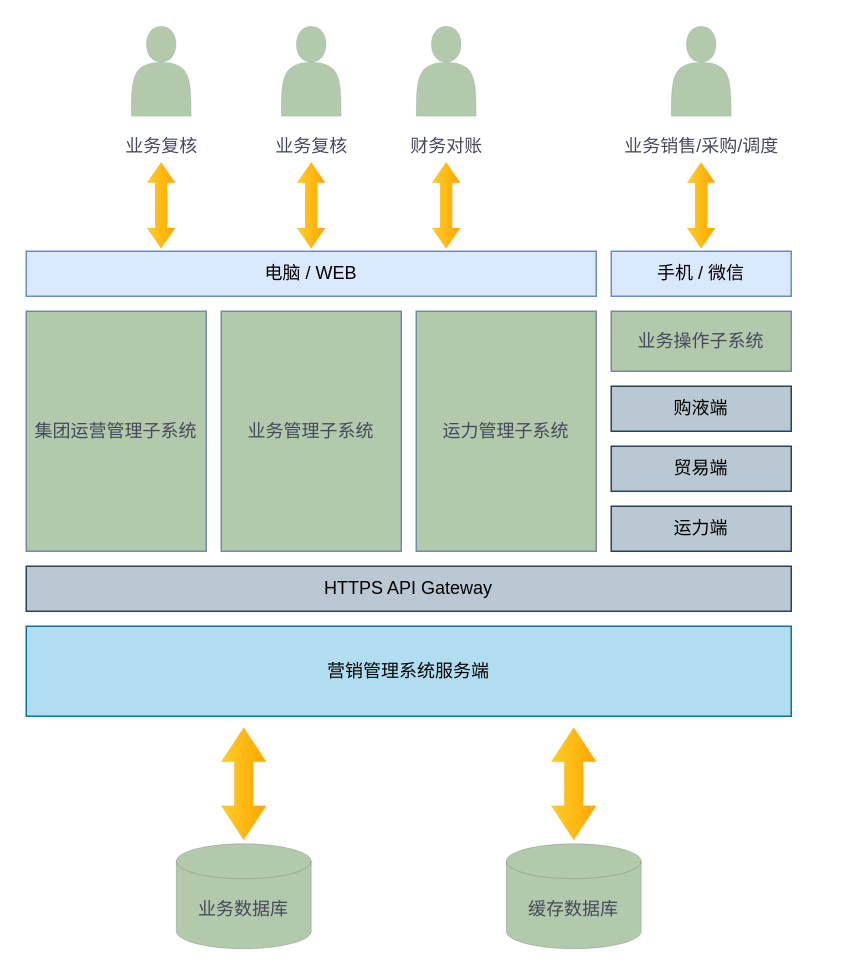
Above: Untitled Diagram.drawio in daijingjing/daijingjing.github.io (draw.io), before the change. Source tidied: cells renumbered, new cells numbered last; positions are measured from the earlier drawing's top-left corner, leaving out a move shared by most shapes. Both pictures are drawn from the tidied source at 150%, with x=0, y=0 at pixel (26, 26).
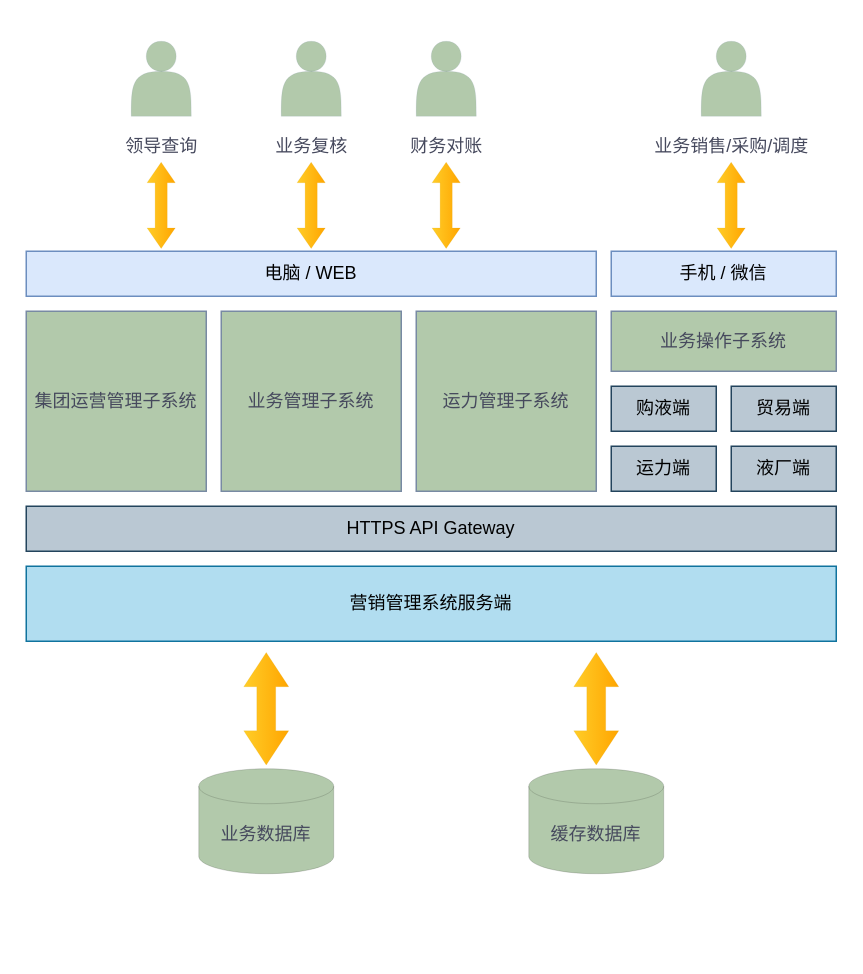
The same page after the edit.

Unchanged cells that the change refers to:
```xml
<mxCell id="17" style="group;" parent="1" vertex="1">
  <mxGeometry x="140" width="100" height="100" as="geometry" />
</mxCell>
<mxCell id="20" style="group;" parent="1" vertex="1">
  <mxGeometry x="230" width="100" height="100" as="geometry" />
</mxCell>
<mxCell id="26" style="group;" parent="1" vertex="1">
  <mxGeometry x="40" width="100" height="100" as="geometry" />
</mxCell>
```

Change to the diagram source:
```diff
@@
     <mxCell id="2" value="业务管理子系统" style="rounded=0;whiteSpace=wrap;html=1;fillColor=#B2C9AB;strokeColor=#788AA3;fontColor=#46495D;" parent="1" vertex="1">
-      <mxGeometry x="130" y="190" width="120" height="160" as="geometry" />
+      <mxGeometry x="130" y="190" width="120" height="120" as="geometry" />
     </mxCell>
     <mxCell id="3" value="集团运营管理子系统" style="rounded=0;whiteSpace=wrap;html=1;fillColor=#B2C9AB;strokeColor=#788AA3;fontColor=#46495D;" parent="1" vertex="1">
-      <mxGeometry y="190" width="120" height="160" as="geometry" />
+      <mxGeometry y="190" width="120" height="120" as="geometry" />
     </mxCell>
     <mxCell id="4" value="运力管理子系统" style="rounded=0;whiteSpace=wrap;html=1;fillColor=#B2C9AB;strokeColor=#788AA3;fontColor=#46495D;" parent="1" vertex="1">
-      <mxGeometry x="260" y="190" width="120" height="160" as="geometry" />
+      <mxGeometry x="260" y="190" width="120" height="120" as="geometry" />
     </mxCell>
     <mxCell id="5" value="业务操作子系统" style="rounded=0;whiteSpace=wrap;html=1;fillColor=#B2C9AB;strokeColor=#788AA3;fontColor=#46495D;" parent="1" vertex="1">
-      <mxGeometry x="390" y="190" width="120" height="40" as="geometry" />
+      <mxGeometry x="390" y="190" width="150" height="40" as="geometry" />
     </mxCell>
     <mxCell id="6" value="购液端" style="rounded=0;whiteSpace=wrap;html=1;fillColor=#bac8d3;strokeColor=#23445d;labelBorderColor=none;labelBackgroundColor=none;horizontal=1;" parent="1" vertex="1">
-      <mxGeometry x="390" y="240" width="120" height="30" as="geometry" />
+      <mxGeometry x="390" y="240" width="70" height="30" as="geometry" />
     </mxCell>
     <mxCell id="7" value="贸易端" style="rounded=0;whiteSpace=wrap;html=1;fillColor=#bac8d3;strokeColor=#23445d;labelBorderColor=none;labelBackgroundColor=none;horizontal=1;" parent="1" vertex="1">
-      <mxGeometry x="390" y="280" width="120" height="30" as="geometry" />
+      <mxGeometry x="470" y="240" width="70" height="30" as="geometry" />
     </mxCell>
     <mxCell id="8" value="运力端" style="rounded=0;whiteSpace=wrap;html=1;fillColor=#bac8d3;strokeColor=#23445d;labelBorderColor=none;labelBackgroundColor=none;horizontal=1;" parent="1" vertex="1">
-      <mxGeometry x="390" y="320" width="120" height="30" as="geometry" />
+      <mxGeometry x="390" y="280" width="70" height="30" as="geometry" />
     </mxCell>
     <mxCell id="9" value="营销管理系统服务端" style="rounded=0;whiteSpace=wrap;html=1;fillColor=#b1ddf0;strokeColor=#10739e;" parent="1" vertex="1">
-      <mxGeometry y="400" width="510" height="60" as="geometry" />
+      <mxGeometry y="360" width="540" height="50" as="geometry" />
     </mxCell>
     <mxCell id="10" value="手机 / 微信" style="rounded=0;whiteSpace=wrap;html=1;fillColor=#dae8fc;strokeColor=#6c8ebf;labelBorderColor=none;labelBackgroundColor=none;horizontal=1;" parent="1" vertex="1">
-      <mxGeometry x="390" y="150" width="120" height="30" as="geometry" />
+      <mxGeometry x="390" y="150" width="150" height="30" as="geometry" />
     </mxCell>
@@
     <mxCell id="12" value="HTTPS API Gateway" style="rounded=0;whiteSpace=wrap;html=1;fillColor=#bac8d3;strokeColor=#23445d;labelBorderColor=none;labelBackgroundColor=none;horizontal=1;" parent="1" vertex="1">
-      <mxGeometry y="360" width="510" height="30" as="geometry" />
+      <mxGeometry y="320" width="540" height="30" as="geometry" />
     </mxCell>
     <mxCell id="13" value="业务数据库" style="strokeWidth=0;html=1;shape=mxgraph.flowchart.database;whiteSpace=wrap;rounded=0;sketch=0;fontColor=#46495D;fillColor=#B2C9AB;spacing=1;spacingTop=18;" parent="1" vertex="1">
-      <mxGeometry x="100" y="545" width="90" height="70" as="geometry" />
+      <mxGeometry x="115" y="495" width="90" height="70" as="geometry" />
     </mxCell>
     <mxCell id="14" value="缓存数据库" style="strokeWidth=0;html=1;shape=mxgraph.flowchart.database;whiteSpace=wrap;rounded=0;sketch=0;fontColor=#46495D;fillColor=#B2C9AB;spacing=2;spacingTop=18;" parent="1" vertex="1">
-      <mxGeometry x="320" y="545" width="90" height="70" as="geometry" />
+      <mxGeometry x="335" y="495" width="90" height="70" as="geometry" />
     </mxCell>
     <mxCell id="15" style="html=1;shadow=0;dashed=0;align=center;verticalAlign=middle;shape=mxgraph.arrows2.twoWayArrow;dy=0.58;dx=22.83;rounded=0;sketch=0;strokeColor=#d79b00;strokeWidth=0;fillColor=#ffcd28;rotation=-90;gradientColor=#ffa500;" parent="1" vertex="1">
-      <mxGeometry x="107.5" y="490" width="75" height="30" as="geometry" />
+      <mxGeometry x="122.5" y="440" width="75" height="30" as="geometry" />
     </mxCell>
     <mxCell id="16" style="html=1;shadow=0;dashed=0;align=center;verticalAlign=middle;shape=mxgraph.arrows2.twoWayArrow;dy=0.58;dx=22.83;rounded=0;sketch=0;strokeColor=#d79b00;strokeWidth=0;fillColor=#ffcd28;rotation=-90;gradientColor=#ffa500;" parent="1" vertex="1">
-      <mxGeometry x="327.5" y="490" width="75" height="30" as="geometry" />
+      <mxGeometry x="342.5" y="440" width="75" height="30" as="geometry" />
     </mxCell>
@@
     <mxCell id="18" style="shape=actor;whiteSpace=wrap;html=1;rounded=0;sketch=0;fontColor=#46495D;strokeColor=#788AA3;strokeWidth=0;fillColor=#B2C9AB;" parent="17" vertex="1">
-      <mxGeometry x="30" width="40" height="60" as="geometry" />
+      <mxGeometry x="30" y="10" width="40" height="50" as="geometry" />
     </mxCell>
@@
     <mxCell id="21" style="shape=actor;whiteSpace=wrap;html=1;rounded=0;sketch=0;fontColor=#46495D;strokeColor=#788AA3;strokeWidth=0;fillColor=#B2C9AB;" parent="20" vertex="1">
-      <mxGeometry x="30" width="40" height="60" as="geometry" />
+      <mxGeometry x="30" y="10" width="40" height="50" as="geometry" />
     </mxCell>
@@
     <mxCell id="23" style="group;" parent="1" vertex="1">
-      <mxGeometry x="400" width="100" height="100" as="geometry" />
+      <mxGeometry x="420" width="100" height="100" as="geometry" />
     </mxCell>
     <mxCell id="24" style="shape=actor;whiteSpace=wrap;html=1;rounded=0;sketch=0;fontColor=#46495D;strokeColor=#788AA3;strokeWidth=0;fillColor=#B2C9AB;" parent="23" vertex="1">
-      <mxGeometry x="30" width="40" height="60" as="geometry" />
+      <mxGeometry x="30" y="10" width="40" height="50" as="geometry" />
     </mxCell>
@@
     <mxCell id="27" style="shape=actor;whiteSpace=wrap;html=1;rounded=0;sketch=0;fontColor=#46495D;strokeColor=#788AA3;strokeWidth=0;fillColor=#B2C9AB;" parent="26" vertex="1">
-      <mxGeometry x="30" width="40" height="60" as="geometry" />
+      <mxGeometry x="30" y="10" width="40" height="50" as="geometry" />
     </mxCell>
-    <mxCell id="28" value="业务复核" style="text;strokeColor=none;fillColor=none;html=1;fontSize=12;fontStyle=0;verticalAlign=middle;align=center;rounded=0;sketch=0;fontColor=#46495D;" parent="26" vertex="1">
+    <mxCell id="28" value="领导查询" style="text;strokeColor=none;fillColor=none;html=1;fontSize=12;fontStyle=0;verticalAlign=middle;align=center;rounded=0;sketch=0;fontColor=#46495D;" parent="26" vertex="1">
       <mxGeometry y="60" width="100" height="40" as="geometry" />
     </mxCell>
@@
     <mxCell id="32" style="html=1;shadow=0;dashed=0;align=center;verticalAlign=middle;shape=mxgraph.arrows2.twoWayArrow;dy=0.57;dx=13.67;rounded=0;sketch=0;strokeColor=#d79b00;strokeWidth=0;fillColor=#ffcd28;rotation=-90;gradientColor=#ffa500;" parent="1" vertex="1">
-      <mxGeometry x="421.2" y="110" width="57.5" height="18.8" as="geometry" />
+      <mxGeometry x="441.2" y="110" width="57.5" height="18.8" as="geometry" />
     </mxCell>
+    <mxCell id="33" value="液厂端" style="rounded=0;whiteSpace=wrap;html=1;fillColor=#bac8d3;strokeColor=#23445d;labelBorderColor=none;labelBackgroundColor=none;horizontal=1;" parent="1" vertex="1">
+      <mxGeometry x="470" y="280" width="70" height="30" as="geometry" />
+    </mxCell>
```
